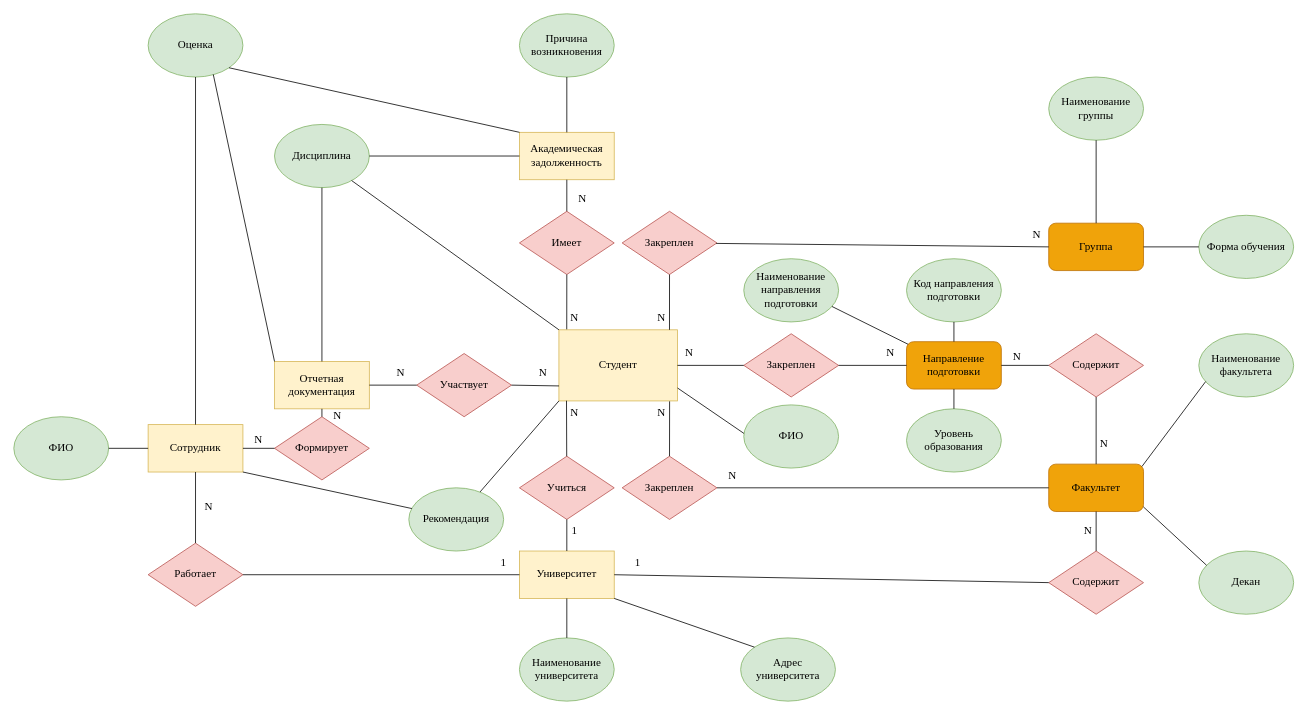
Earlier version of the draw.io diagram Уточненная ER-диаграмма.drawio (DLordxxx/Practice). Source tidied: cells renumbered, new cells numbered last; positions are measured from the earlier drawing's top-left corner, leaving out a move shared by most shapes. Both pictures are drawn from the tidied source at 79%, with x=0, y=0 at pixel (13, 13).
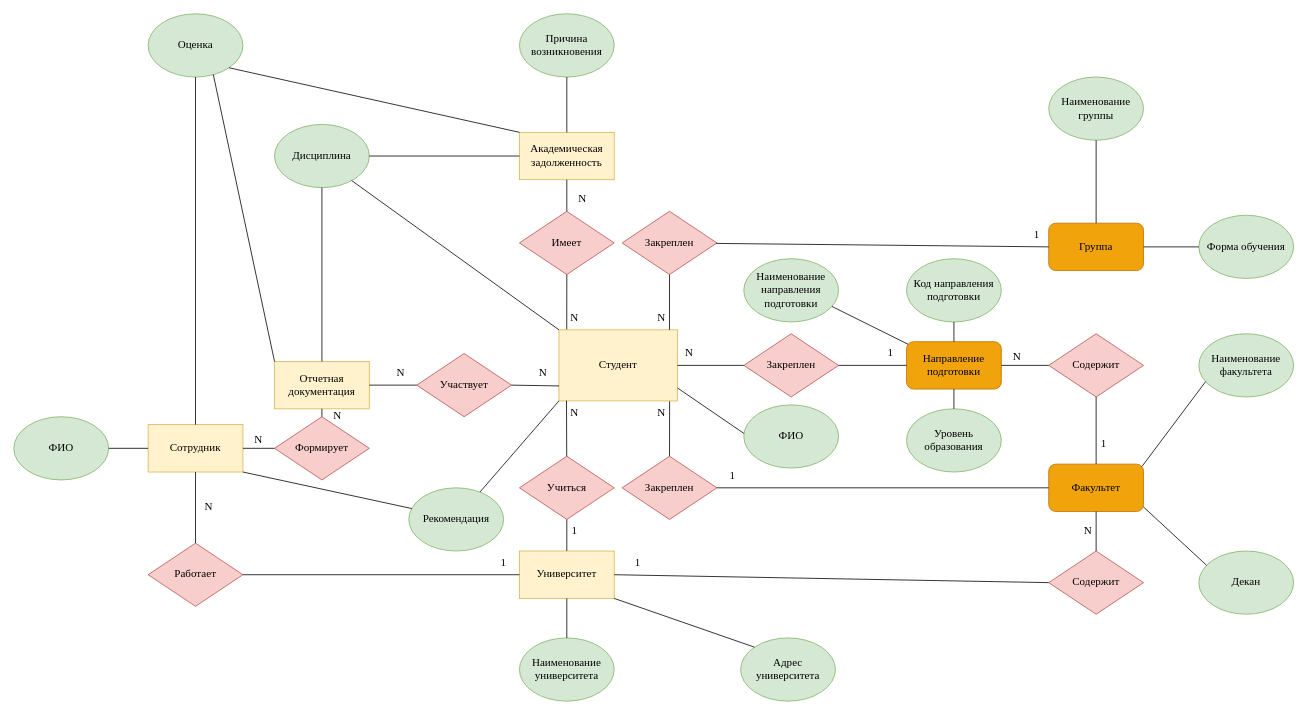
The same diagram, later.

Commit message (it also covers changes not shown here):
Корректировка диаграмм (Дерево функций, компонентов,EPC, Схема БД, уточненная ER, физическое проектирование БД)

The edit, as a diff of the source:
```diff
@@
-    <mxCell id="78" value="N" style="text;html=1;align=center;verticalAlign=middle;whiteSpace=wrap;rounded=0;fontFamily=Times New Roman;fontSize=14;" parent="1" vertex="1">
+    <mxCell id="78" value="1" style="text;html=1;align=center;verticalAlign=middle;whiteSpace=wrap;rounded=0;fontFamily=Times New Roman;fontSize=14;" parent="1" vertex="1">
       <mxGeometry x="1280" y="265" width="30" height="30" as="geometry" />
     </mxCell>
@@
-    <mxCell id="84" value="N" style="text;html=1;align=center;verticalAlign=middle;whiteSpace=wrap;rounded=0;fontFamily=Times New Roman;fontSize=14;" parent="1" vertex="1">
+    <mxCell id="84" value="1" style="text;html=1;align=center;verticalAlign=middle;whiteSpace=wrap;rounded=0;fontFamily=Times New Roman;fontSize=14;" parent="1" vertex="1">
       <mxGeometry x="880" y="570" width="60" height="30" as="geometry" />
     </mxCell>
@@
-    <mxCell id="91" value="N" style="text;html=1;align=center;verticalAlign=middle;whiteSpace=wrap;rounded=0;fontFamily=Times New Roman;fontSize=14;" parent="1" vertex="1">
+    <mxCell id="91" value="1" style="text;html=1;align=center;verticalAlign=middle;whiteSpace=wrap;rounded=0;fontFamily=Times New Roman;fontSize=14;" parent="1" vertex="1">
       <mxGeometry x="1080" y="415" width="60" height="30" as="geometry" />
     </mxCell>
@@
-    <mxCell id="93" value="N" style="text;html=1;align=center;verticalAlign=middle;whiteSpace=wrap;rounded=0;fontFamily=Times New Roman;fontSize=14;" parent="1" vertex="1">
+    <mxCell id="93" value="1" style="text;html=1;align=center;verticalAlign=middle;whiteSpace=wrap;rounded=0;fontFamily=Times New Roman;fontSize=14;" parent="1" vertex="1">
       <mxGeometry x="1350" y="530" width="60" height="30" as="geometry" />
     </mxCell>
```
